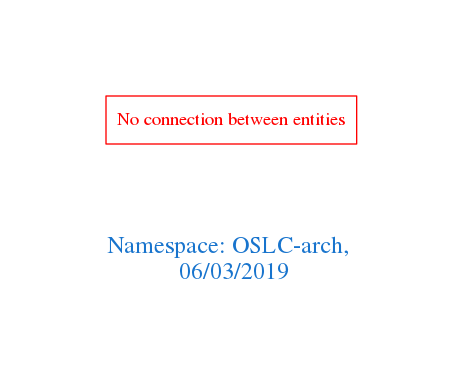
Above: downloads/OSLC-arch.png in arago/OGIT (Graphviz), before the change. Its source is kept beside it as downloads/OSLC-arch.dot.
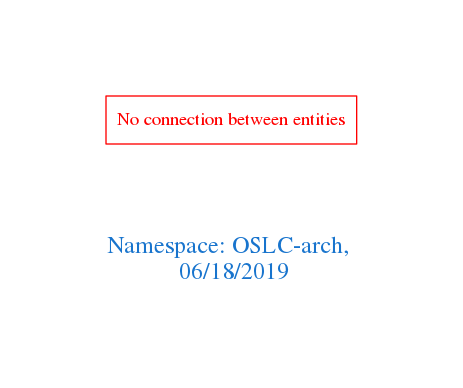
After the change.

Change to the diagram source:
```diff
@@ -1,7 +1,7 @@
 digraph OGIT_ontology {
  graph [ rankdir= LR,pad=1
 fontsize = 18,
-fontcolor= dodgerblue3,label = "\n\n\nNamespace: OSLC-arch, \n 06/03/2019"];
+fontcolor= dodgerblue3,label = "\n\n\nNamespace: OSLC-arch, \n 06/18/2019"];
 node[shape=polygon];
 edge [  color="gray81"];
 
```
